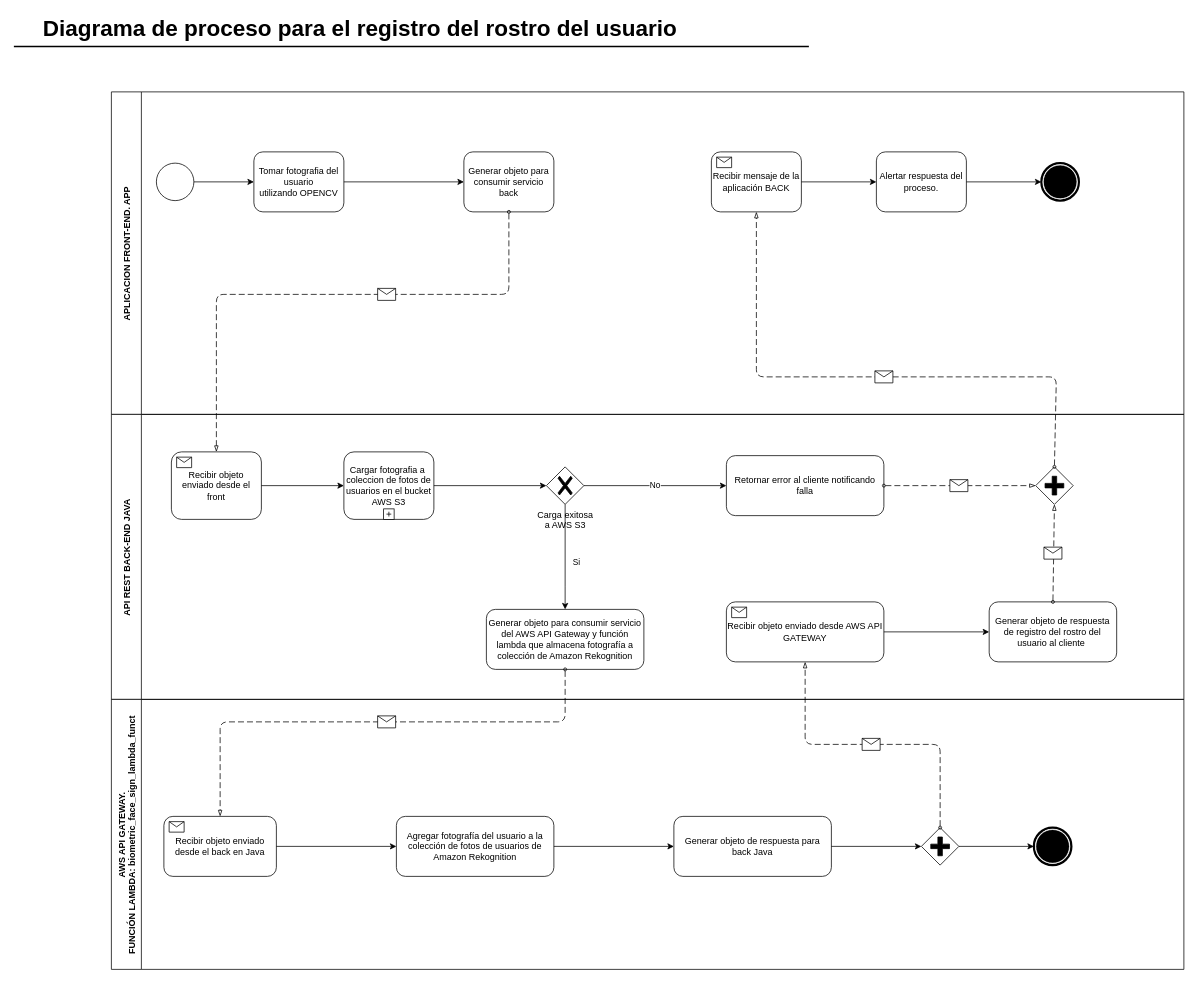
Before: ProcesoRegistroUsuario.drawio in ca-milin15/proy_grado_2021_doc, a draw.io diagram. Source tidied: cells renumbered, new cells numbered last; positions are measured from the earlier drawing's top-left corner, leaving out a move shared by most shapes. Both pictures are drawn from the tidied source at 75%, with x=0, y=0 at pixel (14, 12).
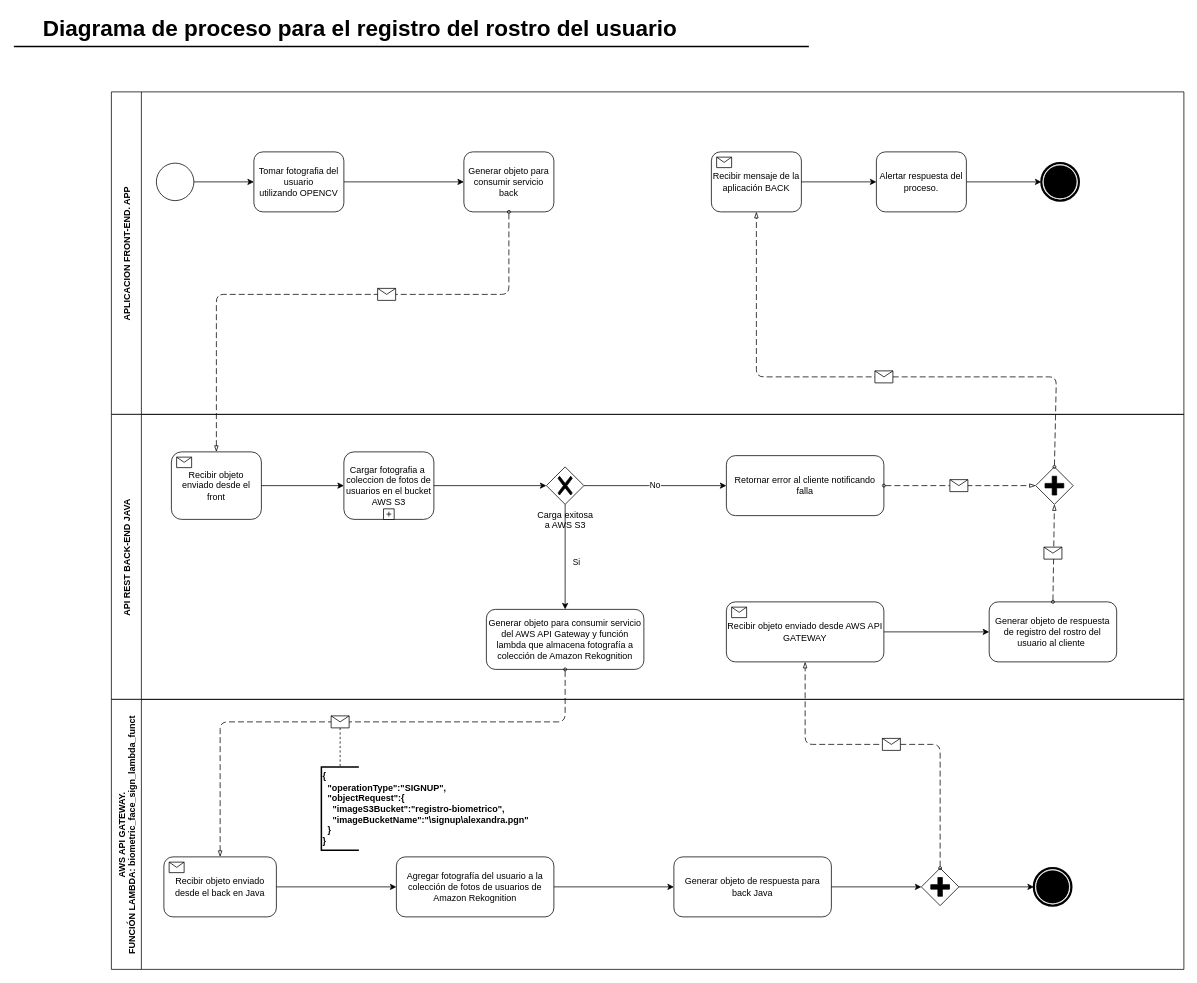
The same page after the edit.

The change refers to these unchanged cells:
```xml
<mxCell id="39" value="AWS API GATEWAY. &#10;FUNCIÓN LAMBDA: biometric_face_sign_lambda_funct" style="swimlane;horizontal=0;startSize=40;" parent="1" vertex="1">
  <mxGeometry x="130" y="916" width="1430" height="360" as="geometry" />
</mxCell>
<mxCell id="50" style="endArrow=blockThin;html=1;labelPosition=left;verticalLabelPosition=middle;align=right;verticalAlign=middle;dashed=1;dashPattern=8 4;endFill=0;startArrow=oval;startFill=0;endSize=6;startSize=4;entryX=0.5;entryY=0;entryDx=0;entryDy=0;exitX=0.5;exitY=1;exitDx=0;exitDy=0;" parent="1" edge="1" source="18" target="40">
  <mxGeometry relative="1" as="geometry">
    <Array as="points">
      <mxPoint x="735" y="946" />
      <mxPoint x="275" y="946" />
    </Array>
  </mxGeometry>
</mxCell>
```

Change to the diagram source:
```diff
@@
     <mxCell id="40" value="Recibir objeto enviado desde el back en Java" style="html=1;whiteSpace=wrap;rounded=1;" parent="39" vertex="1">
-      <mxGeometry x="70" y="156" width="150" height="80" as="geometry" />
+      <mxGeometry x="70" y="210" width="150" height="80" as="geometry" />
     </mxCell>
@@
     <mxCell id="42" value="Agregar fotografía del usuario a la colección de fotos de usuarios de Amazon Rekognition" style="shape=ext;rounded=1;html=1;whiteSpace=wrap;" parent="39" vertex="1">
-      <mxGeometry x="380" y="156" width="210" height="80" as="geometry" />
+      <mxGeometry x="380" y="210" width="210" height="80" as="geometry" />
     </mxCell>
@@
     <mxCell id="44" value="Generar objeto de respuesta para back Java" style="shape=ext;rounded=1;html=1;whiteSpace=wrap;" parent="39" vertex="1">
-      <mxGeometry x="750" y="156" width="210" height="80" as="geometry" />
+      <mxGeometry x="750" y="210" width="210" height="80" as="geometry" />
     </mxCell>
@@
     <mxCell id="46" style="points=[[0.25,0.25,0],[0.5,0,0],[0.75,0.25,0],[1,0.5,0],[0.75,0.75,0],[0.5,1,0],[0.25,0.75,0],[0,0.5,0]];shape=mxgraph.bpmn.gateway2;html=1;verticalLabelPosition=bottom;labelBackgroundColor=#ffffff;verticalAlign=top;align=center;perimeter=rhombusPerimeter;outlineConnect=0;outline=none;symbol=none;gwType=parallel;" parent="39" vertex="1">
-      <mxGeometry x="1080" y="171" width="50" height="50" as="geometry" />
+      <mxGeometry x="1080" y="225" width="50" height="50" as="geometry" />
     </mxCell>
@@
     <mxCell id="48" style="points=[[0.145,0.145,0],[0.5,0,0],[0.855,0.145,0],[1,0.5,0],[0.855,0.855,0],[0.5,1,0],[0.145,0.855,0],[0,0.5,0]];shape=mxgraph.bpmn.event;html=1;verticalLabelPosition=bottom;labelBackgroundColor=#ffffff;verticalAlign=top;align=center;perimeter=ellipsePerimeter;outlineConnect=0;outline=end;symbol=terminate;" parent="39" vertex="1">
-      <mxGeometry x="1230" y="171" width="50" height="50" as="geometry" />
+      <mxGeometry x="1230" y="225" width="50" height="50" as="geometry" />
     </mxCell>
@@
+    <mxCell id="56" value="&lt;div&gt;&lt;b&gt;&lt;font style=&quot;font-size: 12px&quot;&gt;{&lt;/font&gt;&lt;/b&gt;&lt;/div&gt;&lt;div&gt;&lt;b&gt;&lt;font style=&quot;font-size: 12px&quot;&gt;&amp;nbsp; &quot;operationType&quot;:&quot;SIGNUP&quot;,&lt;/font&gt;&lt;/b&gt;&lt;/div&gt;&lt;div&gt;&lt;b&gt;&lt;font style=&quot;font-size: 12px&quot;&gt;&amp;nbsp; &quot;objectRequest&quot;:{&lt;/font&gt;&lt;/b&gt;&lt;/div&gt;&lt;div&gt;&lt;font&gt;&lt;b&gt;&amp;nbsp; &amp;nbsp; &quot;imageS3Bucket&quot;:&quot;registro-biometrico&quot;,&lt;/b&gt;&lt;/font&gt;&lt;/div&gt;&lt;div&gt;&lt;b&gt;&lt;font style=&quot;font-size: 12px&quot;&gt;&amp;nbsp; &amp;nbsp; &quot;imageBucketName&quot;:&quot;\signup\alexandra.pgn&quot;&lt;/font&gt;&lt;/b&gt;&lt;/div&gt;&lt;div&gt;&lt;b&gt;&lt;font style=&quot;font-size: 12px&quot;&gt;&amp;nbsp; }&lt;/font&gt;&lt;/b&gt;&lt;/div&gt;&lt;div&gt;&lt;b&gt;&lt;font style=&quot;font-size: 12px&quot;&gt;}&lt;/font&gt;&lt;/b&gt;&lt;/div&gt;" style="strokeWidth=2;html=1;shape=mxgraph.flowchart.annotation_1;align=left;" parent="39" vertex="1">
+      <mxGeometry x="280" y="90" width="50" height="111" as="geometry" />
+    </mxCell>
@@
     <mxCell id="51" style="shape=message;html=1;outlineConnect=0;labelPosition=left;verticalLabelPosition=middle;align=right;verticalAlign=middle;spacingRight=5;labelBackgroundColor=#ffffff;" parent="50" vertex="1">
       <mxGeometry width="24" height="16" relative="1" as="geometry">
-        <mxPoint x="8" y="-8" as="offset" />
+        <mxPoint x="-27" y="-8" as="offset" />
       </mxGeometry>
     </mxCell>
@@
+    <mxCell id="57" style="edgeStyle=none;endArrow=none;exitX=0.5;exitY=1;dashed=1;html=1;entryX=0.5;entryY=0;entryDx=0;entryDy=0;entryPerimeter=0;exitDx=0;exitDy=0;" parent="1" edge="1" source="51" target="56">
+      <mxGeometry x="1" relative="1" as="geometry" />
+    </mxCell>
```
